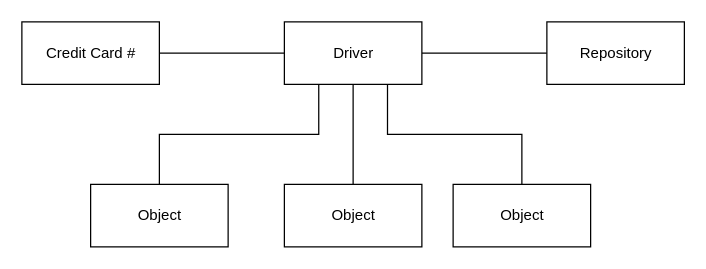
sunrise858/CISC210Draw keeps this draw.io diagram as page "Domain Model" (3 of 3) of Fileball Game Diagrams.drawio. Above is the earlier version. Source tidied: cells renumbered, new cells numbered last; positions are measured from the earlier drawing's top-left corner, leaving out a move shared by most shapes. Both pictures are drawn from the tidied source at 125%, with x=0, y=0 at pixel (21, 21).
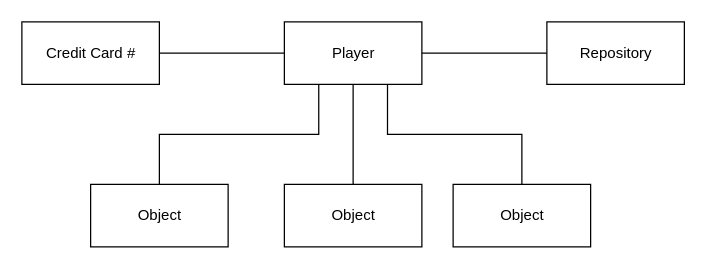
Above is the later version.

The edit, as a diff of the source:
```diff
@@
 <mxGraphModel>
   <root>
     <mxCell id="0" />
     <mxCell id="1" parent="0" />
     <mxCell id="2" style="edgeStyle=orthogonalEdgeStyle;rounded=0;jettySize=auto;html=1;exitX=1;exitY=0.5;exitDx=0;exitDy=0;endArrow=none;endFill=0;" parent="1" edge="1" source="6" target="8">
       <mxGeometry relative="1" as="geometry" />
     </mxCell>
     <mxCell id="3" style="edgeStyle=orthogonalEdgeStyle;rounded=0;jettySize=auto;html=1;exitX=0.25;exitY=1;exitDx=0;exitDy=0;entryX=0.5;entryY=0;entryDx=0;entryDy=0;endArrow=none;endFill=0;" parent="1" edge="1" source="6" target="7">
       <mxGeometry relative="1" as="geometry" />
     </mxCell>
     <mxCell id="4" style="edgeStyle=orthogonalEdgeStyle;rounded=0;jettySize=auto;html=1;exitX=0.5;exitY=1;exitDx=0;exitDy=0;endArrow=none;endFill=0;" parent="1" edge="1" source="6" target="11">
       <mxGeometry relative="1" as="geometry" />
     </mxCell>
     <mxCell id="5" style="edgeStyle=orthogonalEdgeStyle;rounded=0;jettySize=auto;html=1;exitX=0.75;exitY=1;exitDx=0;exitDy=0;entryX=0.5;entryY=0;entryDx=0;entryDy=0;endArrow=none;endFill=0;" parent="1" edge="1" source="6" target="12">
       <mxGeometry relative="1" as="geometry" />
     </mxCell>
-    <mxCell id="6" value="Driver" style="html=1;" parent="1" vertex="1">
+    <mxCell id="6" value="Player" style="html=1;" parent="1" vertex="1">
       <mxGeometry x="210" width="110" height="50" as="geometry" />
     </mxCell>
     <mxCell id="7" value="Object" style="html=1;" parent="1" vertex="1">
       <mxGeometry x="55" y="130" width="110" height="50" as="geometry" />
     </mxCell>
     <mxCell id="8" value="Repository" style="html=1;" parent="1" vertex="1">
       <mxGeometry x="420" width="110" height="50" as="geometry" />
     </mxCell>
     <mxCell id="9" style="edgeStyle=orthogonalEdgeStyle;rounded=0;jettySize=auto;html=1;exitX=1;exitY=0.5;exitDx=0;exitDy=0;entryX=0;entryY=0.5;entryDx=0;entryDy=0;endArrow=none;endFill=0;" parent="1" edge="1" source="10" target="6">
       <mxGeometry relative="1" as="geometry" />
     </mxCell>
     <mxCell id="10" value="Credit Card #" style="html=1;" parent="1" vertex="1">
       <mxGeometry width="110" height="50" as="geometry" />
     </mxCell>
     <mxCell id="11" value="Object" style="html=1;" parent="1" vertex="1">
       <mxGeometry x="210" y="130" width="110" height="50" as="geometry" />
     </mxCell>
     <mxCell id="12" value="Object" style="html=1;" parent="1" vertex="1">
       <mxGeometry x="345" y="130" width="110" height="50" as="geometry" />
     </mxCell>
   </root>
 </mxGraphModel>
```
